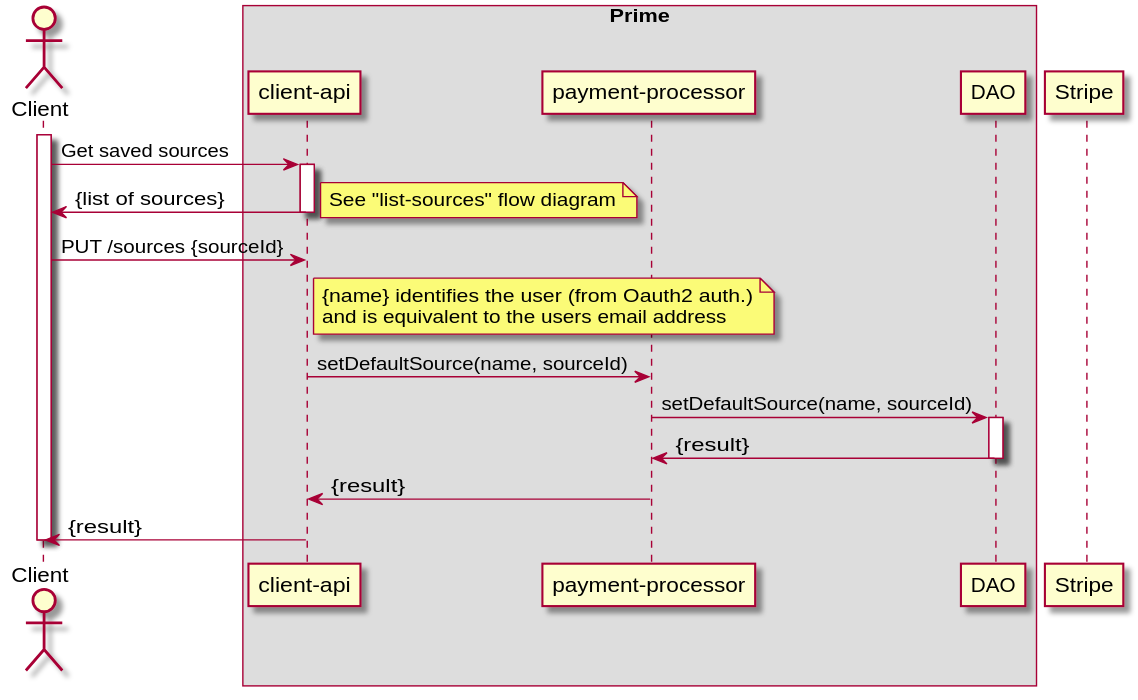
The PlantUML diagram payment-processor/doc/diagrams/set-default-source.svg in ostelco/ostelco-core, before a commit.
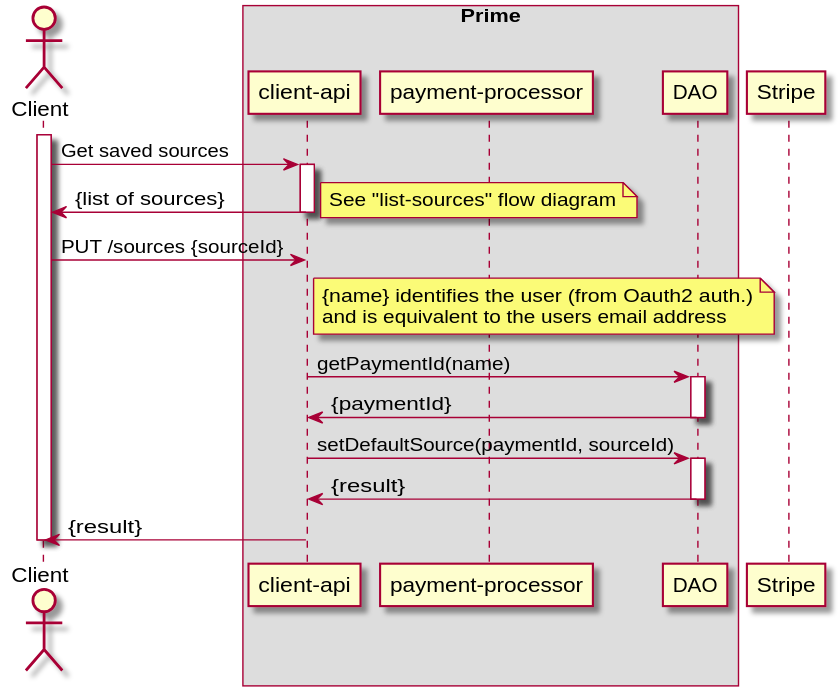
The same file after the commit.

Diff of the diagram source:
```diff
@@ -24,15 +24,15 @@
        and is equivalent to the users email address
     end note
 
-    "client-api" -> "payment-processor" : setDefaultSource(name, sourceId)
-
-    "payment-processor" -> DAO : setDefaultSource(name, sourceId)
+    "client-api" -> DAO : getPaymentId(name)
     activate DAO
-    DAO -> "payment-processor" : {result}
+    DAO -> "client-api" : {paymentId}
     deactivate DAO
 
-    "payment-processor" -> "client-api" :  {result}
-    deactivate "payment-processor"
+    "client-api" -> DAO : setDefaultSource(paymentId, sourceId)
+    activate DAO
+    DAO -> "client-api" : {result}
+    deactivate DAO
 
     "client-api" -> Client : {result}
     deactivate "client-api"
```
